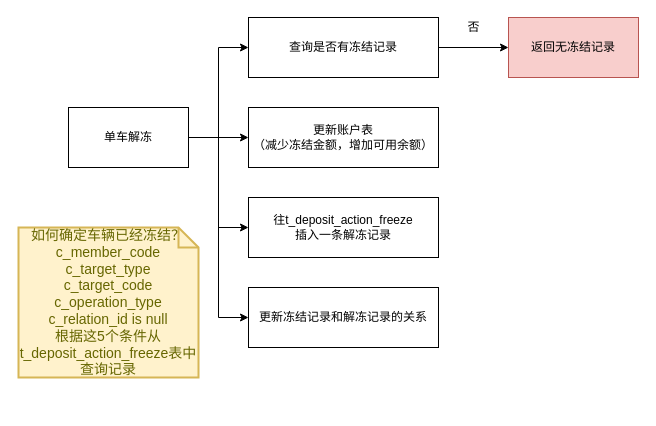
Before: trade-deposit/按照单车解冻.drawio in erlieStar/diagrams, a draw.io diagram. Source tidied: cells renumbered, new cells numbered last; positions are measured from the earlier drawing's top-left corner, leaving out a move shared by most shapes. Both pictures are drawn from the tidied source at 100%, with x=0, y=0 at pixel (18, 17).
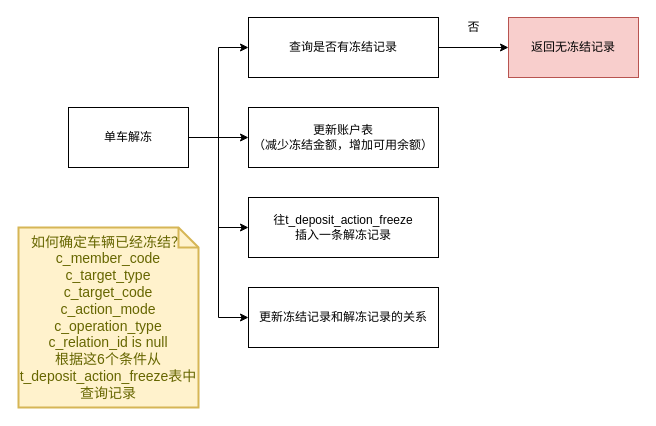
Above is the later version.

Commit message (it also covers changes not shown here):
Update 按照单车解冻.drawio

What changed in the source:
```diff
@@
 <mxGraphModel>
   <root>
     <mxCell id="0" />
     <mxCell id="1" parent="0" />
     <mxCell id="2" style="edgeStyle=orthogonalEdgeStyle;rounded=0;jettySize=auto;html=1;exitX=1;exitY=0.5;exitDx=0;exitDy=0;entryX=0;entryY=0.5;entryDx=0;entryDy=0;" parent="1" edge="1" source="6" target="8">
       <mxGeometry relative="1" as="geometry" />
     </mxCell>
     <mxCell id="3" style="edgeStyle=orthogonalEdgeStyle;rounded=0;jettySize=auto;html=1;exitX=1;exitY=0.5;exitDx=0;exitDy=0;entryX=0;entryY=0.5;entryDx=0;entryDy=0;" parent="1" edge="1" source="6" target="11">
       <mxGeometry relative="1" as="geometry" />
     </mxCell>
     <mxCell id="4" style="edgeStyle=orthogonalEdgeStyle;rounded=0;jettySize=auto;html=1;exitX=1;exitY=0.5;exitDx=0;exitDy=0;entryX=0;entryY=0.5;entryDx=0;entryDy=0;" parent="1" edge="1" source="6" target="12">
       <mxGeometry relative="1" as="geometry" />
     </mxCell>
     <mxCell id="5" style="edgeStyle=orthogonalEdgeStyle;rounded=0;jettySize=auto;html=1;exitX=1;exitY=0.5;exitDx=0;exitDy=0;entryX=0;entryY=0.5;entryDx=0;entryDy=0;" parent="1" edge="1" source="6" target="13">
       <mxGeometry relative="1" as="geometry" />
     </mxCell>
     <mxCell id="6" value="单车解冻" style="rounded=0;whiteSpace=wrap;html=1;" parent="1" vertex="1">
       <mxGeometry x="50" y="90" width="120" height="60" as="geometry" />
     </mxCell>
     <mxCell id="7" style="edgeStyle=orthogonalEdgeStyle;rounded=0;jettySize=auto;html=1;exitX=1;exitY=0.5;exitDx=0;exitDy=0;entryX=0;entryY=0.5;entryDx=0;entryDy=0;" parent="1" edge="1" source="8" target="9">
       <mxGeometry relative="1" as="geometry" />
     </mxCell>
     <mxCell id="8" value="查询是否有冻结记录" style="rounded=0;whiteSpace=wrap;html=1;" parent="1" vertex="1">
       <mxGeometry x="230" width="190" height="60" as="geometry" />
     </mxCell>
     <mxCell id="9" value="返回无冻结记录" style="rounded=0;whiteSpace=wrap;html=1;fillColor=#f8cecc;strokeColor=#b85450;" parent="1" vertex="1">
       <mxGeometry x="490" width="130" height="60" as="geometry" />
     </mxCell>
     <mxCell id="10" value="否" style="text;html=1;align=center;verticalAlign=middle;strokeColor=none;fillColor=none;" parent="1" vertex="1">
       <mxGeometry x="440" width="30" height="20" as="geometry" />
     </mxCell>
     <mxCell id="11" value="更新账户表&lt;br&gt;（减少冻结金额，增加可用余额）" style="rounded=0;whiteSpace=wrap;html=1;" parent="1" vertex="1">
       <mxGeometry x="230" y="90" width="190" height="60" as="geometry" />
     </mxCell>
     <mxCell id="12" value="往t_deposit_action_freeze&lt;br&gt;插入一条解冻记录" style="rounded=0;whiteSpace=wrap;html=1;" parent="1" vertex="1">
       <mxGeometry x="230" y="180" width="190" height="60" as="geometry" />
     </mxCell>
     <mxCell id="13" value="更新冻结记录和解冻记录的关系" style="rounded=0;whiteSpace=wrap;html=1;" parent="1" vertex="1">
       <mxGeometry x="230" y="270" width="190" height="60" as="geometry" />
     </mxCell>
-    <mxCell id="14" value="如何确定车辆已经冻结？&lt;br&gt;&lt;div&gt;c_member_code&lt;/div&gt;&lt;div&gt;c_target_type&lt;/div&gt;&lt;div&gt;c_target_code&lt;/div&gt;&lt;div&gt;c_operation_type&lt;/div&gt;&lt;div&gt;c_relation_id is null&lt;/div&gt;&lt;div&gt;根据这5个条件从t_deposit_action_freeze表中查询记录&lt;/div&gt;" style="shape=note;strokeWidth=2;fontSize=14;size=20;whiteSpace=wrap;html=1;fillColor=#fff2cc;strokeColor=#d6b656;fontColor=#666600;" parent="1" vertex="1">
-      <mxGeometry y="210" width="180" height="150" as="geometry" />
+    <mxCell id="14" value="如何确定车辆已经冻结？&lt;br&gt;&lt;div&gt;&lt;div&gt;&lt;span&gt;c_member_code&lt;/span&gt;&lt;br&gt;&lt;/div&gt;&lt;div&gt;c_target_type&lt;/div&gt;&lt;div&gt;c_target_code&lt;/div&gt;&lt;div&gt;c_action_mode&lt;/div&gt;&lt;div&gt;c_operation_type&lt;/div&gt;&lt;div&gt;c_relation_id is null&lt;/div&gt;&lt;/div&gt;&lt;div&gt;根据这6个条件从t_deposit_action_freeze表中查询记录&lt;/div&gt;" style="shape=note;strokeWidth=2;fontSize=14;size=20;whiteSpace=wrap;html=1;fillColor=#fff2cc;strokeColor=#d6b656;fontColor=#666600;" parent="1" vertex="1">
+      <mxGeometry y="210" width="180" height="180" as="geometry" />
     </mxCell>
   </root>
 </mxGraphModel>
```
